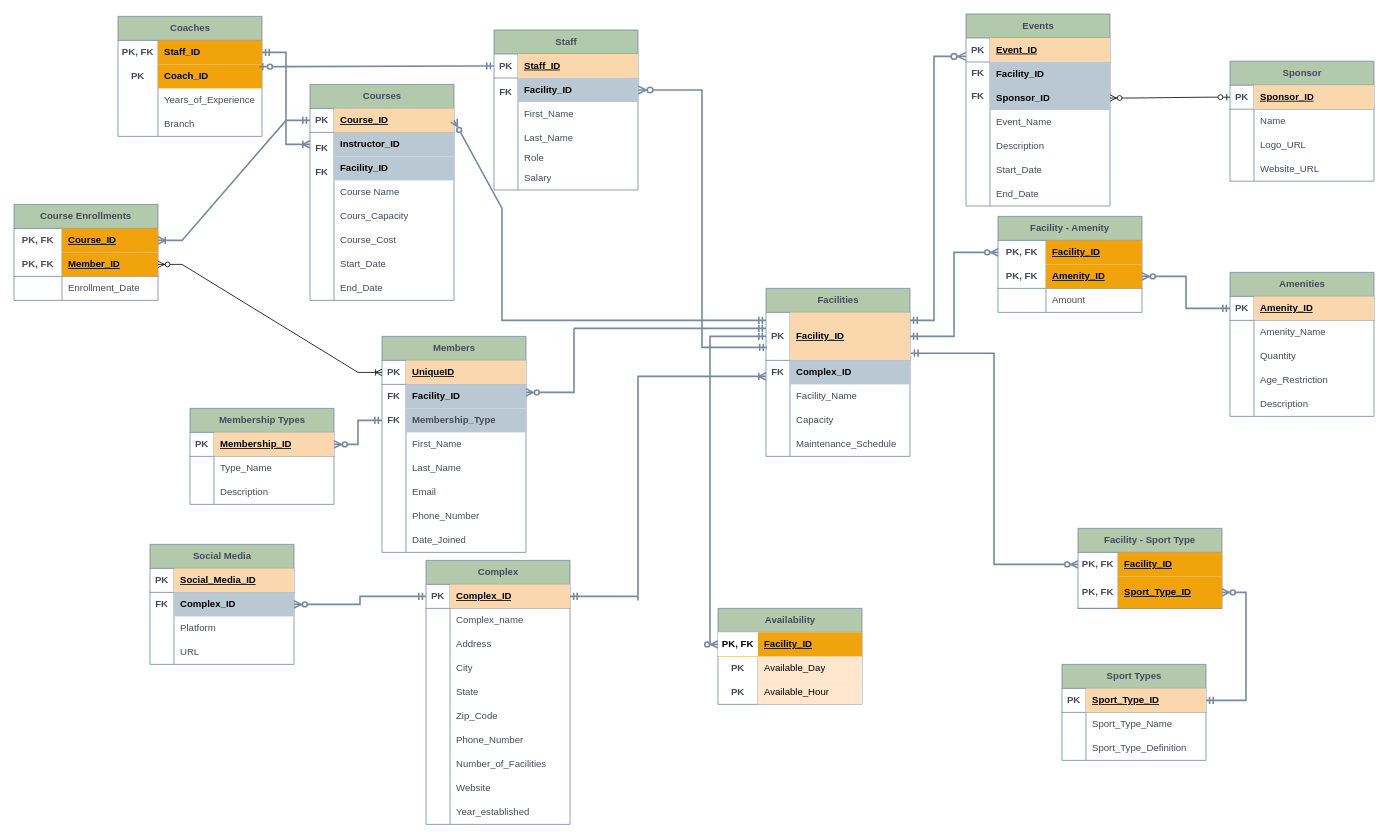
This is cardinality/cardinality.drawio from PloKoon68/Sport-Complexes-Management-System-Database, a draw.io file, before an edit. Source tidied: cells renumbered, new cells numbered last; positions are measured from the earlier drawing's top-left corner, leaving out a move shared by most shapes. Both pictures are drawn from the tidied source at 80%, with x=0, y=0 at pixel (14, 14).
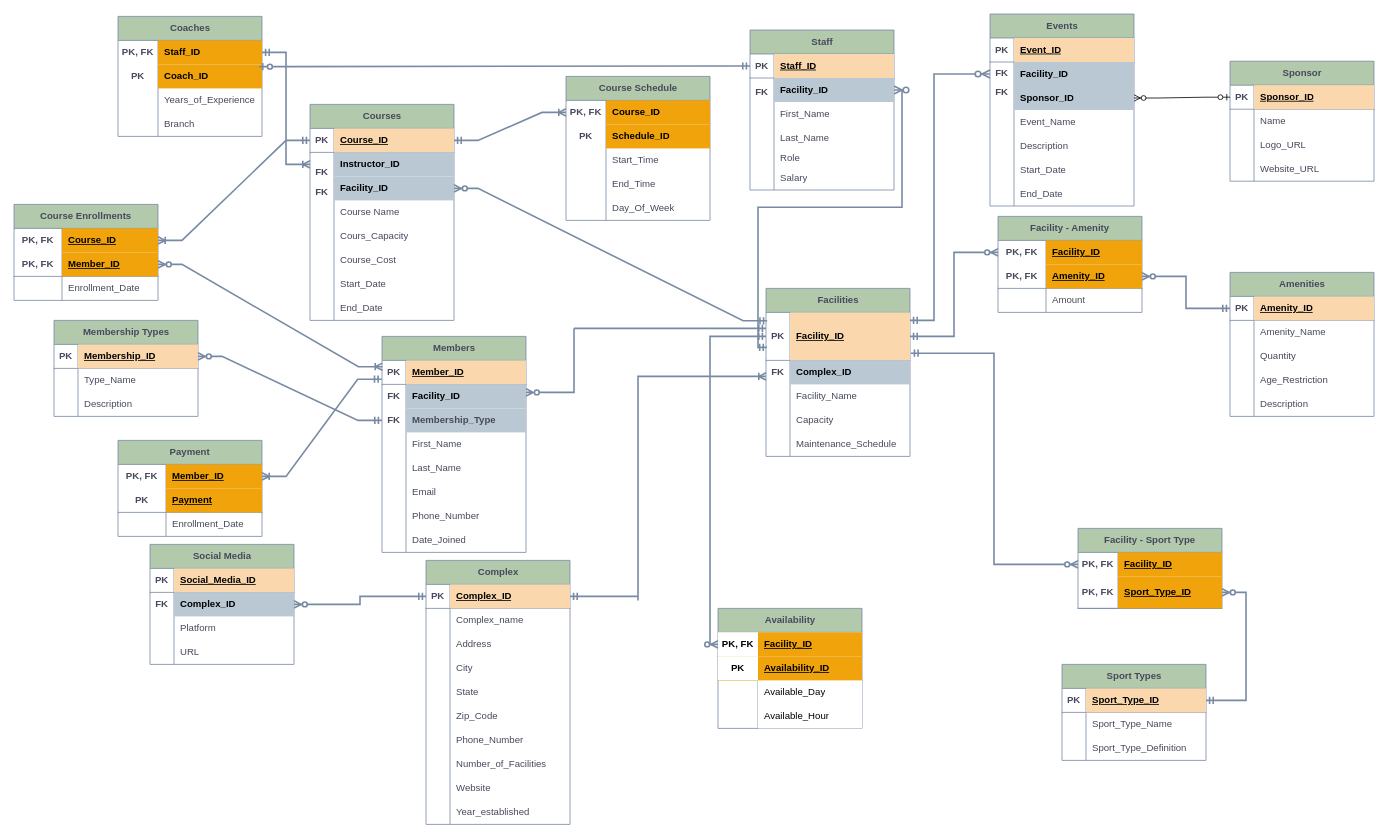
The same diagram, later.

The change refers to these unchanged cells:
```xml
<mxCell id="82" style="shape=tableRow;horizontal=0;startSize=0;swimlaneHead=0;swimlaneBody=0;fillColor=none;points=[[0,0.5],[1,0.5]];portConstraint=eastwest;top=0;left=0;right=0;bottom=1;labelBackgroundColor=none;strokeColor=#788AA3;fontColor=#46495D;" parent="81" vertex="1">
  <mxGeometry y="30" width="180" height="60" as="geometry" />
</mxCell>
<mxCell id="99" style="shape=tableRow;horizontal=0;startSize=0;swimlaneHead=0;swimlaneBody=0;fillColor=none;points=[[0,0.5],[1,0.5]];portConstraint=eastwest;top=0;left=0;right=0;bottom=1;strokeColor=#788AA3;fontColor=#46495D;labelBackgroundColor=none;" parent="98" vertex="1">
  <mxGeometry y="30" width="180" height="30" as="geometry" />
</mxCell>
<mxCell id="174" style="shape=tableRow;horizontal=0;startSize=0;swimlaneHead=0;swimlaneBody=0;fillColor=none;points=[[0,0.5],[1,0.5]];portConstraint=eastwest;top=0;left=0;right=0;bottom=0;strokeColor=#788AA3;fontColor=#46495D;labelBackgroundColor=none;" parent="170" vertex="1">
  <mxGeometry y="60" width="180" height="30" as="geometry" />
</mxCell>
<mxCell id="222" style="shape=tableRow;horizontal=0;startSize=0;swimlaneHead=0;swimlaneBody=0;fillColor=none;points=[[0,0.5],[1,0.5]];portConstraint=eastwest;top=0;left=0;right=0;bottom=1;strokeColor=#788AA3;fontColor=#46495D;labelBackgroundColor=none;" parent="221" vertex="1">
  <mxGeometry y="30" width="180" height="30" as="geometry" />
</mxCell>
<mxCell id="228" style="shape=tableRow;horizontal=0;startSize=0;swimlaneHead=0;swimlaneBody=0;fillColor=none;points=[[0,0.5],[1,0.5]];portConstraint=eastwest;top=0;left=0;right=0;bottom=0;strokeColor=#788AA3;fontColor=#46495D;labelBackgroundColor=none;" parent="221" vertex="1">
  <mxGeometry y="90" width="180" height="30" as="geometry" />
</mxCell>
<mxCell id="254" style="shape=tableRow;horizontal=0;startSize=0;swimlaneHead=0;swimlaneBody=0;fillColor=none;points=[[0,0.5],[1,0.5]];portConstraint=eastwest;top=0;left=0;right=0;bottom=1;html=1;strokeColor=#788AA3;fontColor=#46495D;labelBackgroundColor=none;" parent="250" vertex="1">
  <mxGeometry y="60" width="180" height="30" as="geometry" />
</mxCell>
```

Diff of the diagram source:
```diff
@@
     <mxCell id="33" value="Availability" style="shape=table;startSize=30;childLayout=tableLayout;rowLines=0;fontStyle=1;align=center;html=1;labelBackgroundColor=none;fillColor=#B2C9AB;strokeColor=#788AA3;fontColor=#46495D;" parent="1" vertex="1">
-      <mxGeometry x="880" y="743" width="180" height="120" as="geometry" />
+      <mxGeometry x="880" y="743" width="180" height="150" as="geometry" />
     </mxCell>
@@
+    <mxCell id="282" style="shape=tableRow;horizontal=0;startSize=0;swimlaneHead=0;swimlaneBody=0;fillColor=#ffe6cc;top=0;left=0;right=0;bottom=1;labelBackgroundColor=none;strokeColor=#d79b00;" parent="33" vertex="1">
+      <mxGeometry y="60" width="180" height="30" as="geometry" />
+    </mxCell>
+    <mxCell id="283" value="PK" style="shape=partialRectangle;top=0;left=0;bottom=0;right=0;fontStyle=1;overflow=hidden;whiteSpace=wrap;html=1;labelBackgroundColor=none;" parent="282" vertex="1">
+      <mxGeometry width="50" height="30" as="geometry" />
+    </mxCell>
+    <mxCell id="284" value="Availability_ID" style="shape=partialRectangle;fillColor=#f0a30a;top=0;left=0;bottom=0;right=0;align=left;spacingLeft=6;fontStyle=5;overflow=hidden;whiteSpace=wrap;html=1;labelBackgroundColor=none;strokeColor=#BD7000;fontColor=#000000;" parent="282" vertex="1">
+      <mxGeometry x="50" width="130" height="30" as="geometry" />
+    </mxCell>
     <mxCell id="37" style="shape=tableRow;horizontal=0;startSize=0;swimlaneHead=0;swimlaneBody=0;fillColor=none;top=0;left=0;right=0;bottom=0;labelBackgroundColor=none;strokeColor=#788AA3;fontColor=#46495D;" parent="33" vertex="1">
-      <mxGeometry y="60" width="180" height="30" as="geometry" />
+      <mxGeometry y="90" width="180" height="30" as="geometry" />
     </mxCell>
-    <mxCell id="38" value="&lt;b&gt;PK&lt;/b&gt;" style="shape=partialRectangle;fillColor=none;top=0;left=0;bottom=0;right=0;overflow=hidden;whiteSpace=wrap;html=1;labelBackgroundColor=none;strokeColor=#788AA3;fontColor=#46495D;" parent="37" vertex="1">
+    <mxCell id="38" style="shape=partialRectangle;fillColor=none;top=0;left=0;bottom=0;right=0;overflow=hidden;whiteSpace=wrap;html=1;labelBackgroundColor=none;strokeColor=#788AA3;fontColor=#46495D;" parent="37" vertex="1">
       <mxGeometry width="50" height="30" as="geometry" />
     </mxCell>
-    <mxCell id="39" value="Available_Day" style="shape=partialRectangle;fillColor=#ffe6cc;top=0;left=0;bottom=0;right=0;align=left;spacingLeft=6;overflow=hidden;whiteSpace=wrap;html=1;labelBackgroundColor=none;strokeColor=#d79b00;" parent="37" vertex="1">
+    <mxCell id="39" value="Available_Day" style="shape=partialRectangle;top=0;left=0;bottom=0;right=0;align=left;spacingLeft=6;overflow=hidden;whiteSpace=wrap;html=1;labelBackgroundColor=none;" parent="37" vertex="1">
       <mxGeometry x="50" width="130" height="30" as="geometry" />
     </mxCell>
     <mxCell id="40" style="shape=tableRow;horizontal=0;startSize=0;swimlaneHead=0;swimlaneBody=0;fillColor=none;top=0;left=0;right=0;bottom=0;labelBackgroundColor=none;strokeColor=#788AA3;fontColor=#46495D;" parent="33" vertex="1">
-      <mxGeometry y="90" width="180" height="30" as="geometry" />
+      <mxGeometry y="120" width="180" height="30" as="geometry" />
     </mxCell>
-    <mxCell id="41" value="&lt;b&gt;PK&lt;/b&gt;" style="shape=partialRectangle;fillColor=none;top=0;left=0;bottom=0;right=0;overflow=hidden;whiteSpace=wrap;html=1;labelBackgroundColor=none;strokeColor=#788AA3;fontColor=#46495D;" parent="40" vertex="1">
+    <mxCell id="41" style="shape=partialRectangle;fillColor=none;top=0;left=0;bottom=0;right=0;overflow=hidden;whiteSpace=wrap;html=1;labelBackgroundColor=none;strokeColor=#788AA3;fontColor=#46495D;" parent="40" vertex="1">
       <mxGeometry width="50" height="30" as="geometry" />
     </mxCell>
-    <mxCell id="42" value="Available_Hour" style="shape=partialRectangle;fillColor=#ffe6cc;top=0;left=0;bottom=0;right=0;align=left;spacingLeft=6;overflow=hidden;whiteSpace=wrap;html=1;labelBackgroundColor=none;strokeColor=#d79b00;" parent="40" vertex="1">
+    <mxCell id="42" value="Available_Hour" style="shape=partialRectangle;top=0;left=0;bottom=0;right=0;align=left;spacingLeft=6;overflow=hidden;whiteSpace=wrap;html=1;labelBackgroundColor=none;" parent="40" vertex="1">
       <mxGeometry x="50" width="130" height="30" as="geometry" />
     </mxCell>
@@
     <mxCell id="80" value="FK" style="shape=partialRectangle;fillColor=none;top=0;left=0;bottom=0;right=0;fontStyle=1;overflow=hidden;html=1;whiteSpace=wrap;strokeWidth=1;labelBackgroundColor=none;strokeColor=#788AA3;fontColor=#46495D;" parent="1" vertex="1">
-      <mxGeometry x="600" y="83" width="30" height="30" as="geometry" />
+      <mxGeometry x="920" y="83" width="30" height="30" as="geometry" />
     </mxCell>
@@
-    <mxCell id="101" value="UniqueID" style="shape=partialRectangle;fillColor=#fad7ac;top=0;left=0;bottom=0;right=0;align=left;spacingLeft=6;fontStyle=5;overflow=hidden;whiteSpace=wrap;html=1;strokeColor=#b46504;labelBackgroundColor=none;" parent="99" vertex="1">
+    <mxCell id="101" value="Member_ID" style="shape=partialRectangle;fillColor=#fad7ac;top=0;left=0;bottom=0;right=0;align=left;spacingLeft=6;fontStyle=5;overflow=hidden;whiteSpace=wrap;html=1;strokeColor=#b46504;labelBackgroundColor=none;" parent="99" vertex="1">
       <mxGeometry x="30" width="150" height="30" as="geometry" />
     </mxCell>
@@
     <mxCell id="136" value="Staff" style="shape=table;startSize=30;childLayout=tableLayout;rowLines=0;fontStyle=1;align=center;html=1;strokeColor=#788AA3;fontColor=#46495D;fillColor=#B2C9AB;labelBackgroundColor=none;" parent="1" vertex="1">
-      <mxGeometry x="600" y="20" width="180" height="200" as="geometry" />
+      <mxGeometry x="920" y="20" width="180" height="200" as="geometry" />
     </mxCell>
@@
     <mxCell id="170" value="Events" style="shape=table;startSize=30;childLayout=tableLayout;rowLines=0;fontStyle=1;align=center;html=1;strokeColor=#788AA3;fontColor=#46495D;fillColor=#B2C9AB;labelBackgroundColor=none;" parent="1" vertex="1">
-      <mxGeometry x="1190" width="180" height="240" as="geometry" />
+      <mxGeometry x="1220" width="180" height="240" as="geometry" />
     </mxCell>
@@
     <mxCell id="192" value="FK" style="shape=partialRectangle;fillColor=none;top=0;left=0;bottom=0;right=0;fontStyle=1;overflow=hidden;whiteSpace=wrap;html=1;labelBackgroundColor=none;strokeColor=#788AA3;fontColor=#46495D;" parent="1" vertex="1">
-      <mxGeometry x="1180" y="59" width="50" height="30" as="geometry" />
+      <mxGeometry x="1210" y="59" width="50" height="30" as="geometry" />
     </mxCell>
     <mxCell id="193" value="FK" style="shape=partialRectangle;fillColor=none;top=0;left=0;bottom=0;right=0;fontStyle=1;overflow=hidden;whiteSpace=wrap;html=1;labelBackgroundColor=none;strokeColor=#788AA3;fontColor=#46495D;" parent="1" vertex="1">
-      <mxGeometry x="1190" y="88" width="30" height="30" as="geometry" />
+      <mxGeometry x="1220" y="83" width="30" height="30" as="geometry" />
     </mxCell>
@@
     <mxCell id="221" value="Courses" style="shape=table;startSize=30;childLayout=tableLayout;rowLines=0;fontStyle=1;align=center;html=1;strokeColor=#788AA3;fontColor=#46495D;fillColor=#B2C9AB;labelBackgroundColor=none;" parent="1" vertex="1">
-      <mxGeometry x="370" y="88" width="180" height="270" as="geometry" />
+      <mxGeometry x="370" y="113" width="180" height="270" as="geometry" />
     </mxCell>
@@
     <mxCell id="248" value="&lt;b&gt;FK&lt;/b&gt;" style="shape=partialRectangle;fillColor=none;top=0;left=0;bottom=0;right=0;overflow=hidden;whiteSpace=wrap;html=1;strokeColor=#788AA3;fontColor=#46495D;labelBackgroundColor=none;" parent="1" vertex="1">
-      <mxGeometry x="370" y="153" width="30" height="30" as="geometry" />
+      <mxGeometry x="370" y="208" width="30" height="30" as="geometry" />
     </mxCell>
@@
     <mxCell id="261" value="Membership Types" style="shape=table;startSize=30;childLayout=tableLayout;rowLines=0;fontStyle=1;align=center;html=1;labelBackgroundColor=none;fillColor=#B2C9AB;strokeColor=#788AA3;fontColor=#46495D;" parent="1" vertex="1">
-      <mxGeometry x="220" y="493" width="180" height="120" as="geometry" />
+      <mxGeometry x="50" y="383" width="180" height="120" as="geometry" />
     </mxCell>
@@
-    <mxCell id="273" style="endArrow=none;html=1;rounded=0;startArrow=ERzeroToMany;startFill=0;fillColor=#647687;strokeColor=#788AA3;strokeWidth=2;exitX=1;exitY=0.5;exitDx=0;exitDy=0;" parent="1" edge="1" source="222">
-      <mxGeometry relative="1" as="geometry">
-        <mxPoint x="700" y="383" as="targetPoint" />
-        <Array as="points">
-          <mxPoint x="610" y="243" />
-          <mxPoint x="610" y="383" />
-        </Array>
-      </mxGeometry>
-    </mxCell>
-    <mxCell id="274" style="endArrow=none;html=1;rounded=0;startArrow=ERmandOne;startFill=0;fillColor=#647687;strokeColor=#788AA3;strokeWidth=2;exitX=0.006;exitY=0.321;exitDx=0;exitDy=0;exitPerimeter=0;" parent="1" edge="1">
-      <mxGeometry relative="1" as="geometry">
-        <mxPoint x="940" y="383" as="sourcePoint" />
-        <mxPoint x="700" y="383" as="targetPoint" />
-      </mxGeometry>
-    </mxCell>
@@
-    <mxCell id="279" style="edgeStyle=orthogonalEdgeStyle;fontSize=12;html=1;endArrow=ERzeroToMany;startArrow=ERmandOne;rounded=0;labelBackgroundColor=none;strokeColor=#788AA3;fontColor=default;endSize=7;strokeWidth=2;" parent="1" edge="1">
+    <mxCell id="279" style="edgeStyle=orthogonalEdgeStyle;fontSize=12;html=1;endArrow=ERzeroToMany;startArrow=ERmandOne;rounded=0;labelBackgroundColor=none;strokeColor=#788AA3;fontColor=default;endSize=7;strokeWidth=2;" parent="1" edge="1" target="174">
       <mxGeometry relative="1" as="geometry">
         <mxPoint x="1120" y="383" as="sourcePoint" />
-        <mxPoint x="1190" y="53" as="targetPoint" />
         <Array as="points">
-          <mxPoint x="1120" y="383" />
           <mxPoint x="1150" y="383" />
-          <mxPoint x="1150" y="53" />
+          <mxPoint x="1150" y="75" />
         </Array>
       </mxGeometry>
     </mxCell>
-    <mxCell id="280" style="edgeStyle=entityRelationEdgeStyle;fontSize=12;html=1;endArrow=ERoneToMany;startArrow=ERzeroToMany;rounded=0;" parent="1" edge="1" source="254" target="99">
+    <mxCell id="280" style="edgeStyle=entityRelationEdgeStyle;fontSize=12;html=1;endArrow=ERoneToMany;startArrow=ERzeroToMany;rounded=0;strokeWidth=2;strokeColor=#788AA3;entryX=0.003;entryY=0.263;entryDx=0;entryDy=0;entryPerimeter=0;" parent="1" edge="1" source="254" target="99">
       <mxGeometry relative="1" as="geometry" />
     </mxCell>
@@
+    <mxCell id="285" style="edgeStyle=entityRelationEdgeStyle;fontSize=12;html=1;endArrow=ERzeroToMany;startArrow=ERmandOne;rounded=0;exitX=0.008;exitY=0.175;exitDx=0;exitDy=0;exitPerimeter=0;strokeWidth=2;fillColor=#dae8fc;strokeColor=#788AA3;" parent="1" edge="1" source="82" target="228">
+      <mxGeometry relative="1" as="geometry" />
+    </mxCell>
+    <mxCell id="286" value="Course Schedule" style="shape=table;startSize=30;childLayout=tableLayout;rowLines=0;fontStyle=1;align=center;html=1;strokeColor=#788AA3;fontColor=#46495D;fillColor=#B2C9AB;labelBackgroundColor=none;" parent="1" vertex="1">
+      <mxGeometry x="690" y="78" width="180" height="180" as="geometry" />
+    </mxCell>
+    <mxCell id="287" style="shape=tableRow;horizontal=0;startSize=0;swimlaneHead=0;swimlaneBody=0;fillColor=none;points=[[0,0.5],[1,0.5]];portConstraint=eastwest;top=0;left=0;right=0;bottom=0;strokeColor=#788AA3;fontColor=#46495D;labelBackgroundColor=none;" parent="286" vertex="1">
+      <mxGeometry y="30" width="180" height="30" as="geometry" />
+    </mxCell>
+    <mxCell id="288" style="shape=partialRectangle;fillColor=none;top=0;left=0;bottom=0;right=0;overflow=hidden;whiteSpace=wrap;html=1;strokeColor=#788AA3;fontColor=#46495D;labelBackgroundColor=none;" parent="287" vertex="1">
+      <mxGeometry width="50" height="30" as="geometry" />
+    </mxCell>
+    <mxCell id="289" value="Course_ID" style="shape=partialRectangle;fillColor=#f0a30a;top=0;left=0;bottom=0;right=0;align=left;spacingLeft=6;overflow=hidden;whiteSpace=wrap;html=1;strokeColor=#BD7000;fontStyle=1;labelBackgroundColor=none;fontColor=#000000;" parent="287" vertex="1">
+      <mxGeometry x="50" width="130" height="30" as="geometry" />
+    </mxCell>
+    <mxCell id="290" style="shape=tableRow;horizontal=0;startSize=0;swimlaneHead=0;swimlaneBody=0;fillColor=none;top=0;left=0;right=0;bottom=0;strokeColor=#788AA3;fontColor=#46495D;labelBackgroundColor=none;" parent="286" vertex="1">
+      <mxGeometry y="60" width="180" height="30" as="geometry" />
+    </mxCell>
+    <mxCell id="291" value="&lt;b&gt;PK&lt;/b&gt;" style="shape=partialRectangle;fillColor=none;top=0;left=0;bottom=0;right=0;overflow=hidden;whiteSpace=wrap;html=1;strokeColor=#788AA3;fontColor=#46495D;labelBackgroundColor=none;" parent="290" vertex="1">
+      <mxGeometry width="50" height="30" as="geometry" />
+    </mxCell>
+    <mxCell id="292" value="Schedule_ID" style="shape=partialRectangle;fillColor=#f0a30a;top=0;left=0;bottom=0;right=0;align=left;spacingLeft=6;overflow=hidden;whiteSpace=wrap;html=1;strokeColor=#BD7000;fontStyle=1;labelBackgroundColor=none;fontColor=#000000;" parent="290" vertex="1">
+      <mxGeometry x="50" width="130" height="30" as="geometry" />
+    </mxCell>
+    <mxCell id="293" style="shape=tableRow;horizontal=0;startSize=0;swimlaneHead=0;swimlaneBody=0;fillColor=none;top=0;left=0;right=0;bottom=0;strokeColor=#788AA3;fontColor=#46495D;labelBackgroundColor=none;" parent="286" vertex="1">
+      <mxGeometry y="90" width="180" height="30" as="geometry" />
+    </mxCell>
+    <mxCell id="294" style="shape=partialRectangle;fillColor=none;top=0;left=0;bottom=0;right=0;overflow=hidden;whiteSpace=wrap;html=1;strokeColor=#788AA3;fontColor=#46495D;labelBackgroundColor=none;" parent="293" vertex="1">
+      <mxGeometry width="50" height="30" as="geometry" />
+    </mxCell>
+    <mxCell id="295" value="Start_Time" style="shape=partialRectangle;fillColor=none;top=0;left=0;bottom=0;right=0;align=left;spacingLeft=6;overflow=hidden;whiteSpace=wrap;html=1;strokeColor=#788AA3;fontColor=#46495D;labelBackgroundColor=none;" parent="293" vertex="1">
+      <mxGeometry x="50" width="130" height="30" as="geometry" />
+    </mxCell>
+    <mxCell id="296" style="shape=tableRow;horizontal=0;startSize=0;swimlaneHead=0;swimlaneBody=0;fillColor=none;top=0;left=0;right=0;bottom=0;strokeColor=#788AA3;fontColor=#46495D;labelBackgroundColor=none;" parent="286" vertex="1">
+      <mxGeometry y="120" width="180" height="30" as="geometry" />
+    </mxCell>
+    <mxCell id="297" style="shape=partialRectangle;fillColor=none;top=0;left=0;bottom=0;right=0;overflow=hidden;whiteSpace=wrap;html=1;strokeColor=#788AA3;fontColor=#46495D;labelBackgroundColor=none;" parent="296" vertex="1">
+      <mxGeometry width="50" height="30" as="geometry" />
+    </mxCell>
+    <mxCell id="298" value="End_Time" style="shape=partialRectangle;fillColor=none;top=0;left=0;bottom=0;right=0;align=left;spacingLeft=6;overflow=hidden;whiteSpace=wrap;html=1;strokeColor=#788AA3;fontColor=#46495D;labelBackgroundColor=none;" parent="296" vertex="1">
+      <mxGeometry x="50" width="130" height="30" as="geometry" />
+    </mxCell>
+    <mxCell id="299" style="shape=tableRow;horizontal=0;startSize=0;swimlaneHead=0;swimlaneBody=0;fillColor=none;top=0;left=0;right=0;bottom=0;strokeColor=#788AA3;fontColor=#46495D;labelBackgroundColor=none;" parent="286" vertex="1">
+      <mxGeometry y="150" width="180" height="30" as="geometry" />
+    </mxCell>
+    <mxCell id="300" style="shape=partialRectangle;fillColor=none;top=0;left=0;bottom=0;right=0;overflow=hidden;whiteSpace=wrap;html=1;strokeColor=#788AA3;fontColor=#46495D;labelBackgroundColor=none;" parent="299" vertex="1">
+      <mxGeometry width="50" height="30" as="geometry" />
+    </mxCell>
+    <mxCell id="301" value="Day_Of_Week" style="shape=partialRectangle;fillColor=none;top=0;left=0;bottom=0;right=0;align=left;spacingLeft=6;overflow=hidden;whiteSpace=wrap;html=1;strokeColor=#788AA3;fontColor=#46495D;labelBackgroundColor=none;" parent="299" vertex="1">
+      <mxGeometry x="50" width="130" height="30" as="geometry" />
+    </mxCell>
+    <mxCell id="302" value="&lt;b&gt;PK, FK&lt;/b&gt;" style="shape=partialRectangle;fillColor=none;top=0;left=0;bottom=0;right=0;overflow=hidden;whiteSpace=wrap;html=1;strokeColor=#788AA3;fontColor=#46495D;labelBackgroundColor=none;" parent="1" vertex="1">
+      <mxGeometry x="690" y="103" width="50" height="40" as="geometry" />
+    </mxCell>
+    <mxCell id="303" style="edgeStyle=entityRelationEdgeStyle;fontSize=12;html=1;endArrow=ERoneToMany;startArrow=ERmandOne;rounded=0;strokeColor=#788AA3;strokeWidth=2;" parent="1" edge="1" source="222" target="287">
+      <mxGeometry relative="1" as="geometry" />
+    </mxCell>
+    <mxCell id="304" value="Payment" style="shape=table;startSize=30;childLayout=tableLayout;rowLines=0;fontStyle=1;align=center;html=1;whiteSpace=wrap;strokeColor=#788AA3;fontColor=#46495D;fillColor=#B2C9AB;labelBackgroundColor=none;" parent="1" vertex="1">
+      <mxGeometry x="130" y="533" width="180" height="120" as="geometry" />
+    </mxCell>
+    <mxCell id="305" style="shape=tableRow;horizontal=0;startSize=0;swimlaneHead=0;swimlaneBody=0;fillColor=none;points=[[0,0.5],[1,0.5]];portConstraint=eastwest;top=0;left=0;right=0;bottom=0;html=1;strokeColor=#788AA3;fontColor=#46495D;labelBackgroundColor=none;" parent="304" vertex="1">
+      <mxGeometry y="30" width="180" height="30" as="geometry" />
+    </mxCell>
+    <mxCell id="306" value="PK, FK" style="shape=partialRectangle;fillColor=none;top=0;left=0;bottom=0;right=0;fontStyle=1;overflow=hidden;html=1;whiteSpace=wrap;strokeColor=#788AA3;fontColor=#46495D;labelBackgroundColor=none;" parent="305" vertex="1">
+      <mxGeometry width="60" height="30" as="geometry" />
+    </mxCell>
+    <mxCell id="307" value="Member_ID" style="shape=partialRectangle;top=0;left=0;bottom=0;right=0;align=left;spacingLeft=6;fontStyle=5;overflow=hidden;html=1;whiteSpace=wrap;labelBackgroundColor=none;fillColor=#f0a30a;strokeColor=#BD7000;fontColor=#000000;" parent="305" vertex="1">
+      <mxGeometry x="60" width="120" height="30" as="geometry" />
+    </mxCell>
+    <mxCell id="308" style="shape=tableRow;horizontal=0;startSize=0;swimlaneHead=0;swimlaneBody=0;fillColor=none;top=0;left=0;right=0;bottom=1;html=1;strokeColor=#788AA3;fontColor=#46495D;labelBackgroundColor=none;" parent="304" vertex="1">
+      <mxGeometry y="60" width="180" height="30" as="geometry" />
+    </mxCell>
+    <mxCell id="309" value="PK" style="shape=partialRectangle;fillColor=none;top=0;left=0;bottom=0;right=0;fontStyle=1;overflow=hidden;html=1;whiteSpace=wrap;strokeColor=#788AA3;fontColor=#46495D;labelBackgroundColor=none;" parent="308" vertex="1">
+      <mxGeometry width="60" height="30" as="geometry" />
+    </mxCell>
+    <mxCell id="310" value="Payment" style="shape=partialRectangle;fillColor=#f0a30a;top=0;left=0;bottom=0;right=0;align=left;spacingLeft=6;fontStyle=5;overflow=hidden;html=1;whiteSpace=wrap;strokeColor=#BD7000;labelBackgroundColor=none;fontColor=#000000;" parent="308" vertex="1">
+      <mxGeometry x="60" width="120" height="30" as="geometry" />
+    </mxCell>
+    <mxCell id="311" style="shape=tableRow;horizontal=0;startSize=0;swimlaneHead=0;swimlaneBody=0;fillColor=none;top=0;left=0;right=0;bottom=0;html=1;strokeColor=#788AA3;fontColor=#46495D;labelBackgroundColor=none;" parent="304" vertex="1">
+      <mxGeometry y="90" width="180" height="30" as="geometry" />
+    </mxCell>
+    <mxCell id="312" style="shape=partialRectangle;fillColor=none;top=0;left=0;bottom=0;right=0;overflow=hidden;html=1;whiteSpace=wrap;strokeColor=#788AA3;fontColor=#46495D;labelBackgroundColor=none;" parent="311" vertex="1">
+      <mxGeometry width="60" height="30" as="geometry" />
+    </mxCell>
+    <mxCell id="313" value="Enrollment_Date" style="shape=partialRectangle;fillColor=none;top=0;left=0;bottom=0;right=0;align=left;spacingLeft=6;overflow=hidden;html=1;whiteSpace=wrap;strokeColor=#788AA3;fontColor=#46495D;labelBackgroundColor=none;" parent="311" vertex="1">
+      <mxGeometry x="60" width="120" height="30" as="geometry" />
+    </mxCell>
+    <mxCell id="314" style="edgeStyle=entityRelationEdgeStyle;fontSize=12;html=1;endArrow=ERoneToMany;startArrow=ERmandOne;rounded=0;exitX=-0.002;exitY=0.784;exitDx=0;exitDy=0;exitPerimeter=0;strokeWidth=2;strokeColor=#788AA3;" parent="1" edge="1" source="99" target="305">
+      <mxGeometry relative="1" as="geometry" />
+    </mxCell>
```
